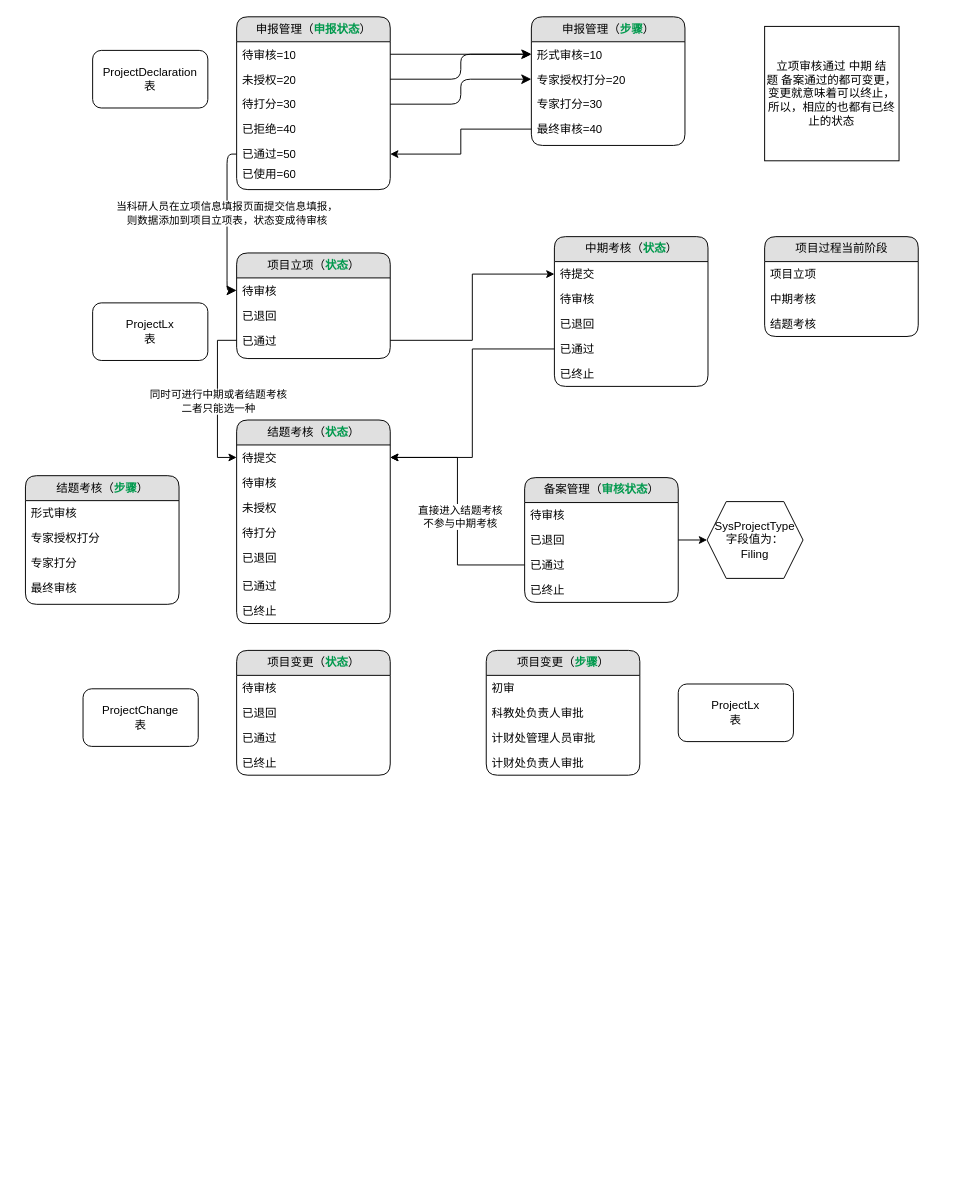
This is 未命名绘图.drawio from wanghuabei/bei, a draw.io file, before an edit. Source tidied: cells renumbered, new cells numbered last; positions are measured from the earlier drawing's top-left corner, leaving out a move shared by most shapes. Both pictures are drawn from the tidied source at 96%, with x=0, y=0 at pixel (25, 16).
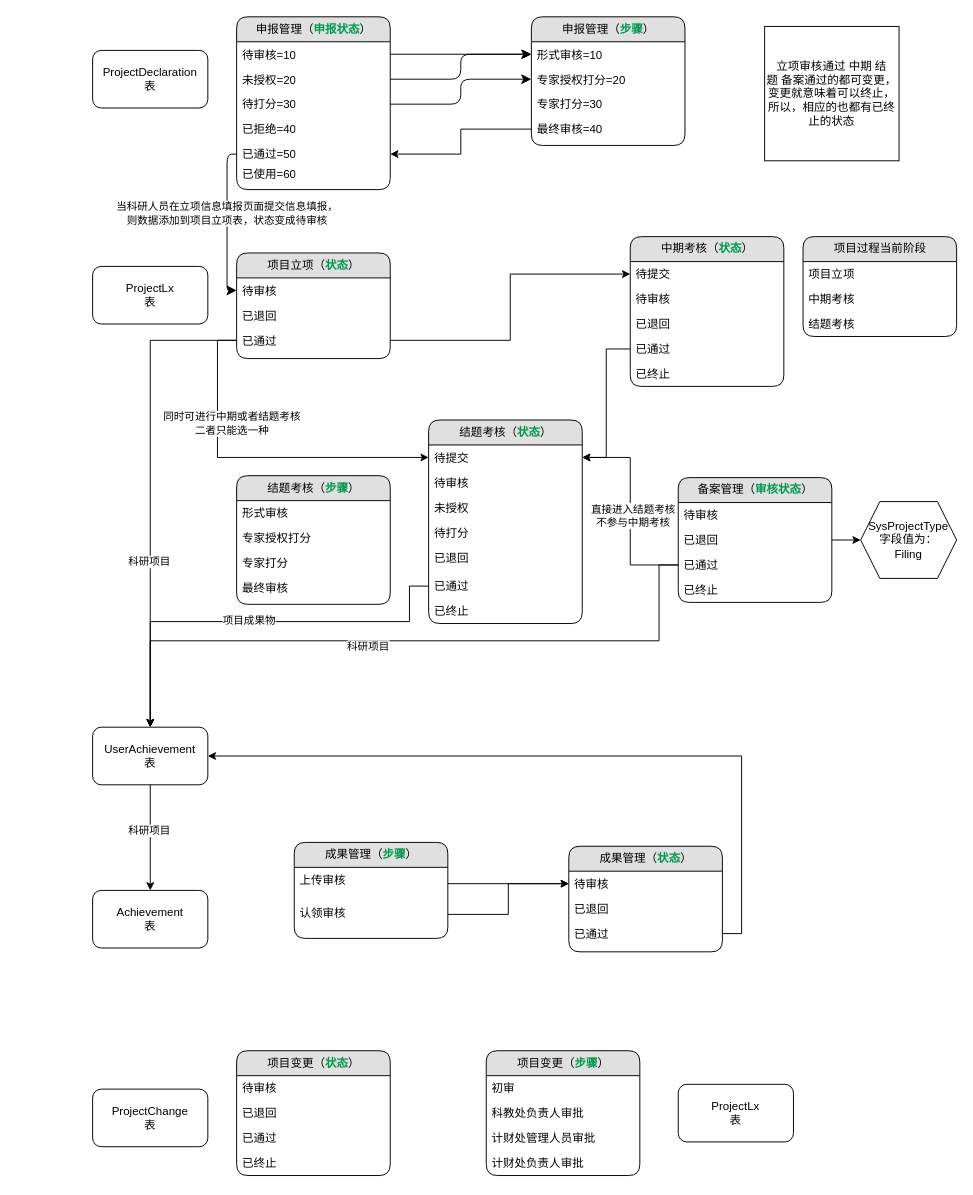
Above is the later version.

Commit message:
更新未命名绘图.drawio

Unchanged cells that the change refers to:
```xml
<mxCell id="17" value="已通过" style="text;html=1;strokeColor=none;fillColor=none;spacingLeft=4;spacingRight=4;whiteSpace=wrap;overflow=hidden;points=[[0,0.5],[1,0.5]];portConstraint=eastwest;" parent="14" vertex="1">
  <mxGeometry y="78" width="160" height="26" as="geometry" />
</mxCell>
<mxCell id="32" value="已通过" style="text;html=1;strokeColor=none;fillColor=none;spacingLeft=4;spacingRight=4;whiteSpace=wrap;overflow=hidden;points=[[0,0.5],[1,0.5]];portConstraint=eastwest;" parent="29" vertex="1">
  <mxGeometry y="78" width="160" height="26" as="geometry" />
</mxCell>
<mxCell id="46" value="已通过" style="text;html=1;strokeColor=none;fillColor=none;spacingLeft=4;spacingRight=4;whiteSpace=wrap;overflow=hidden;points=[[0,0.5],[1,0.5]];portConstraint=eastwest;" parent="40" vertex="1">
  <mxGeometry y="160" width="160" height="26" as="geometry" />
</mxCell>
<mxCell id="49" style="edgeStyle=orthogonalEdgeStyle;rounded=0;jettySize=auto;html=1;exitX=0;exitY=0.5;exitDx=0;exitDy=0;entryX=0;entryY=0.5;entryDx=0;entryDy=0;" parent="1" edge="1" source="17" target="41">
  <mxGeometry relative="1" as="geometry" />
</mxCell>
```

Diff of the diagram source:
```diff
@@
     <mxCell id="18" value="中期考核（&lt;b&gt;&lt;font color=&quot;#00994d&quot;&gt;状态&lt;/font&gt;&lt;/b&gt;）" style="swimlane;html=1;fontStyle=0;horizontal=1;startSize=26;fillColor=#e0e0e0;swimlaneFillColor=#ffffff;align=center;rounded=1;shadow=0;comic=0;labelBackgroundColor=none;strokeWidth=1;fontFamily=Verdana;fontSize=12;" parent="1" vertex="1">
-      <mxGeometry x="551" y="229" width="160" height="156" as="geometry" />
+      <mxGeometry x="630" y="229" width="160" height="156" as="geometry" />
     </mxCell>
@@
     <mxCell id="29" value="备案管理（&lt;b&gt;&lt;font color=&quot;#00994d&quot;&gt;审核&lt;/font&gt;&lt;/b&gt;&lt;b style=&quot;border-color: var(--border-color);&quot;&gt;&lt;font style=&quot;border-color: var(--border-color);&quot; color=&quot;#00994d&quot;&gt;状态&lt;/font&gt;&lt;/b&gt;）" style="swimlane;html=1;fontStyle=0;horizontal=1;startSize=26;fillColor=#e0e0e0;swimlaneFillColor=#ffffff;align=center;rounded=1;shadow=0;comic=0;labelBackgroundColor=none;strokeWidth=1;fontFamily=Verdana;fontSize=12;" parent="1" vertex="1">
-      <mxGeometry x="520" y="480" width="160" height="130" as="geometry" />
+      <mxGeometry x="680" y="480" width="160" height="130" as="geometry" />
     </mxCell>
@@
     <mxCell id="35" value="ProjectLx&lt;br&gt;表" style="rounded=1;whiteSpace=wrap;html=1;" parent="1" vertex="1">
-      <mxGeometry x="70" y="298" width="120" height="60" as="geometry" />
+      <mxGeometry x="70" y="260" width="120" height="60" as="geometry" />
     </mxCell>
     <mxCell id="36" value="SysProjectType&lt;br&gt;字段值为：&lt;br&gt;Filing" style="shape=hexagon;perimeter=hexagonPerimeter2;whiteSpace=wrap;html=1;fixedSize=1;" parent="1" vertex="1">
-      <mxGeometry x="710" y="505" width="100" height="80" as="geometry" />
+      <mxGeometry x="870" y="505" width="100" height="80" as="geometry" />
     </mxCell>
@@
     <mxCell id="40" value="结题考核（&lt;b&gt;&lt;font color=&quot;#00994d&quot;&gt;状态&lt;/font&gt;&lt;/b&gt;）" style="swimlane;html=1;fontStyle=0;horizontal=1;startSize=26;fillColor=#e0e0e0;swimlaneFillColor=#ffffff;align=center;rounded=1;shadow=0;comic=0;labelBackgroundColor=none;strokeWidth=1;fontFamily=Verdana;fontSize=12;" parent="1" vertex="1">
-      <mxGeometry x="220" y="420" width="160" height="212" as="geometry" />
+      <mxGeometry x="420" y="420" width="160" height="212" as="geometry" />
     </mxCell>
@@
     <mxCell id="50" value="同时可进行中期或者结题考核&lt;br&gt;二者只能选一种" style="edgeLabel;html=1;align=center;verticalAlign=middle;" parent="49" vertex="1">
       <mxGeometry x="-0.14" relative="1" as="geometry">
-        <mxPoint y="13" as="offset" />
+        <mxPoint y="-36" as="offset" />
       </mxGeometry>
     </mxCell>
@@
     <mxCell id="54" value="结题考核（&lt;b&gt;&lt;font color=&quot;#00994d&quot;&gt;步骤&lt;/font&gt;&lt;/b&gt;）" style="swimlane;html=1;fontStyle=0;horizontal=1;startSize=26;fillColor=#e0e0e0;swimlaneFillColor=#ffffff;align=center;rounded=1;shadow=0;comic=0;labelBackgroundColor=none;strokeWidth=1;fontFamily=Verdana;fontSize=12;" parent="1" vertex="1">
-      <mxGeometry y="478" width="160" height="134" as="geometry" />
+      <mxGeometry x="220" y="478" width="160" height="134" as="geometry" />
     </mxCell>
@@
     <mxCell id="60" value="项目变更（&lt;b&gt;&lt;font color=&quot;#00994d&quot;&gt;状态&lt;/font&gt;&lt;/b&gt;）" style="swimlane;html=1;fontStyle=0;horizontal=1;startSize=26;fillColor=#e0e0e0;swimlaneFillColor=#ffffff;align=center;rounded=1;shadow=0;comic=0;labelBackgroundColor=none;strokeWidth=1;fontFamily=Verdana;fontSize=12;" parent="1" vertex="1">
-      <mxGeometry x="220" y="660" width="160" height="130" as="geometry" />
+      <mxGeometry x="220" y="1077" width="160" height="130" as="geometry" />
     </mxCell>
@@
     <mxCell id="65" value="ProjectChange&lt;br&gt;表" style="rounded=1;whiteSpace=wrap;html=1;" parent="1" vertex="1">
-      <mxGeometry x="60" y="700" width="120" height="60" as="geometry" />
+      <mxGeometry x="70" y="1117" width="120" height="60" as="geometry" />
     </mxCell>
     <mxCell id="66" value="项目变更（&lt;b&gt;&lt;font color=&quot;#00994d&quot;&gt;步骤&lt;/font&gt;&lt;/b&gt;）" style="swimlane;html=1;fontStyle=0;horizontal=1;startSize=26;fillColor=#e0e0e0;swimlaneFillColor=#ffffff;align=center;rounded=1;shadow=0;comic=0;labelBackgroundColor=none;strokeWidth=1;fontFamily=Verdana;fontSize=12;" parent="1" vertex="1">
-      <mxGeometry x="480" y="660" width="160" height="130" as="geometry" />
+      <mxGeometry x="480" y="1077" width="160" height="130" as="geometry" />
     </mxCell>
@@
     <mxCell id="71" value="ProjectLx&lt;br&gt;表" style="rounded=1;whiteSpace=wrap;html=1;" parent="1" vertex="1">
-      <mxGeometry x="680" y="695" width="120" height="60" as="geometry" />
+      <mxGeometry x="680" y="1112" width="120" height="60" as="geometry" />
     </mxCell>
     <mxCell id="72" value="项目过程当前阶段" style="swimlane;html=1;fontStyle=0;horizontal=1;startSize=26;fillColor=#e0e0e0;swimlaneFillColor=#ffffff;align=center;rounded=1;shadow=0;comic=0;labelBackgroundColor=none;strokeWidth=1;fontFamily=Verdana;fontSize=12;" parent="1" vertex="1">
-      <mxGeometry x="770" y="229" width="160" height="104" as="geometry" />
+      <mxGeometry x="810" y="229" width="160" height="104" as="geometry" />
     </mxCell>
@@
+    <mxCell id="77" value="Achievement&lt;br&gt;表" style="rounded=1;whiteSpace=wrap;html=1;" parent="1" vertex="1">
+      <mxGeometry x="70" y="910" width="120" height="60" as="geometry" />
+    </mxCell>
+    <mxCell id="78" style="edgeStyle=orthogonalEdgeStyle;rounded=0;jettySize=auto;html=1;exitX=0.5;exitY=1;exitDx=0;exitDy=0;" parent="1" edge="1" source="80" target="77">
+      <mxGeometry relative="1" as="geometry" />
+    </mxCell>
+    <mxCell id="79" value="科研项目" style="edgeLabel;html=1;align=center;verticalAlign=middle;" parent="78" vertex="1">
+      <mxGeometry x="-0.15" y="-2" relative="1" as="geometry" />
+    </mxCell>
+    <mxCell id="80" value="UserAchievement&lt;br&gt;表" style="rounded=1;whiteSpace=wrap;html=1;" parent="1" vertex="1">
+      <mxGeometry x="70" y="740" width="120" height="60" as="geometry" />
+    </mxCell>
+    <mxCell id="81" style="edgeStyle=orthogonalEdgeStyle;rounded=0;jettySize=auto;html=1;exitX=0;exitY=0.5;exitDx=0;exitDy=0;entryX=0.5;entryY=0;entryDx=0;entryDy=0;" parent="1" edge="1" source="17" target="80">
+      <mxGeometry relative="1" as="geometry" />
+    </mxCell>
+    <mxCell id="82" value="科研项目" style="edgeLabel;html=1;align=center;verticalAlign=middle;" parent="81" vertex="1">
+      <mxGeometry x="0.3" y="-2" relative="1" as="geometry" />
+    </mxCell>
+    <mxCell id="83" style="edgeStyle=orthogonalEdgeStyle;rounded=0;jettySize=auto;html=1;exitX=0;exitY=0.5;exitDx=0;exitDy=0;entryX=0.5;entryY=0;entryDx=0;entryDy=0;" parent="1" edge="1" source="32" target="80">
+      <mxGeometry relative="1" as="geometry">
+        <Array as="points">
+          <mxPoint x="660" y="571" />
+          <mxPoint x="660" y="650" />
+          <mxPoint x="130" y="650" />
+        </Array>
+      </mxGeometry>
+    </mxCell>
+    <mxCell id="84" value="科研项目" style="edgeLabel;html=1;align=center;verticalAlign=middle;" parent="83" vertex="1">
+      <mxGeometry x="0.12" y="5" relative="1" as="geometry" />
+    </mxCell>
+    <mxCell id="85" style="edgeStyle=orthogonalEdgeStyle;rounded=0;jettySize=auto;html=1;exitX=0;exitY=0.5;exitDx=0;exitDy=0;entryX=0.5;entryY=0;entryDx=0;entryDy=0;" parent="1" edge="1" source="46" target="80">
+      <mxGeometry relative="1" as="geometry">
+        <Array as="points">
+          <mxPoint x="400" y="593" />
+          <mxPoint x="400" y="630" />
+          <mxPoint x="130" y="630" />
+        </Array>
+      </mxGeometry>
+    </mxCell>
+    <mxCell id="86" value="项目成果物" style="edgeLabel;html=1;align=center;verticalAlign=middle;" parent="85" vertex="1">
+      <mxGeometry x="0.03" y="-2" relative="1" as="geometry" />
+    </mxCell>
+    <mxCell id="87" value="成果管理（&lt;b&gt;&lt;font color=&quot;#00994d&quot;&gt;步骤&lt;/font&gt;&lt;/b&gt;）" style="swimlane;html=1;fontStyle=0;horizontal=1;startSize=26;fillColor=#e0e0e0;swimlaneFillColor=#ffffff;align=center;rounded=1;shadow=0;comic=0;labelBackgroundColor=none;strokeWidth=1;fontFamily=Verdana;fontSize=12;" parent="1" vertex="1">
+      <mxGeometry x="280" y="860" width="160" height="100" as="geometry" />
+    </mxCell>
+    <mxCell id="88" value="上传审核" style="text;html=1;strokeColor=none;fillColor=none;spacingLeft=4;spacingRight=4;whiteSpace=wrap;overflow=hidden;points=[[0,0.5],[1,0.5]];portConstraint=eastwest;" parent="87" vertex="1">
+      <mxGeometry y="26" width="160" height="34" as="geometry" />
+    </mxCell>
+    <mxCell id="89" style="edgeStyle=orthogonalEdgeStyle;html=1;exitX=0;exitY=0.5;entryX=0;entryY=0.5;labelBackgroundColor=none;startFill=0;startSize=8;endFill=1;endSize=8;fontFamily=Verdana;fontSize=12;entryDx=0;entryDy=0;" parent="87" edge="1" source="88" target="88">
+      <mxGeometry relative="1" as="geometry" />
+    </mxCell>
+    <mxCell id="90" value="认领审核" style="text;html=1;strokeColor=none;fillColor=none;spacingLeft=4;spacingRight=4;whiteSpace=wrap;overflow=hidden;points=[[0,0.5],[1,0.5]];portConstraint=eastwest;" parent="87" vertex="1">
+      <mxGeometry y="60" width="160" height="30" as="geometry" />
+    </mxCell>
+    <mxCell id="91" value="成果管理（&lt;b style=&quot;border-color: var(--border-color);&quot;&gt;&lt;font style=&quot;border-color: var(--border-color);&quot; color=&quot;#00994d&quot;&gt;状态&lt;/font&gt;&lt;/b&gt;）" style="swimlane;html=1;fontStyle=0;horizontal=1;startSize=26;fillColor=#e0e0e0;swimlaneFillColor=#ffffff;align=center;rounded=1;shadow=0;comic=0;labelBackgroundColor=none;strokeWidth=1;fontFamily=Verdana;fontSize=12;" parent="1" vertex="1">
+      <mxGeometry x="566" y="864" width="160" height="110" as="geometry" />
+    </mxCell>
+    <mxCell id="92" value="待审核" style="text;html=1;strokeColor=none;fillColor=none;spacingLeft=4;spacingRight=4;whiteSpace=wrap;overflow=hidden;points=[[0,0.5],[1,0.5]];portConstraint=eastwest;" parent="91" vertex="1">
+      <mxGeometry y="26" width="160" height="26" as="geometry" />
+    </mxCell>
+    <mxCell id="93" value="已退回" style="text;html=1;strokeColor=none;fillColor=none;spacingLeft=4;spacingRight=4;whiteSpace=wrap;overflow=hidden;" parent="91" vertex="1">
+      <mxGeometry y="52" width="160" height="26" as="geometry" />
+    </mxCell>
+    <mxCell id="94" value="已通过" style="text;html=1;strokeColor=none;fillColor=none;spacingLeft=4;spacingRight=4;whiteSpace=wrap;overflow=hidden;points=[[0,0.5],[1,0.5]];portConstraint=eastwest;" parent="91" vertex="1">
+      <mxGeometry y="78" width="160" height="26" as="geometry" />
+    </mxCell>
+    <mxCell id="95" style="edgeStyle=orthogonalEdgeStyle;rounded=0;jettySize=auto;html=1;exitX=1;exitY=0.5;exitDx=0;exitDy=0;entryX=1;entryY=0.5;entryDx=0;entryDy=0;" parent="1" edge="1" source="94" target="80">
+      <mxGeometry relative="1" as="geometry" />
+    </mxCell>
+    <mxCell id="96" style="edgeStyle=orthogonalEdgeStyle;rounded=0;jettySize=auto;html=1;exitX=1;exitY=0.5;exitDx=0;exitDy=0;entryX=0;entryY=0.5;entryDx=0;entryDy=0;" parent="1" edge="1" source="88" target="92">
+      <mxGeometry relative="1" as="geometry" />
+    </mxCell>
+    <mxCell id="97" style="edgeStyle=orthogonalEdgeStyle;rounded=0;jettySize=auto;html=1;exitX=1;exitY=0.5;exitDx=0;exitDy=0;entryX=0;entryY=0.5;entryDx=0;entryDy=0;" parent="1" edge="1" source="90" target="92">
+      <mxGeometry relative="1" as="geometry" />
+    </mxCell>
```
